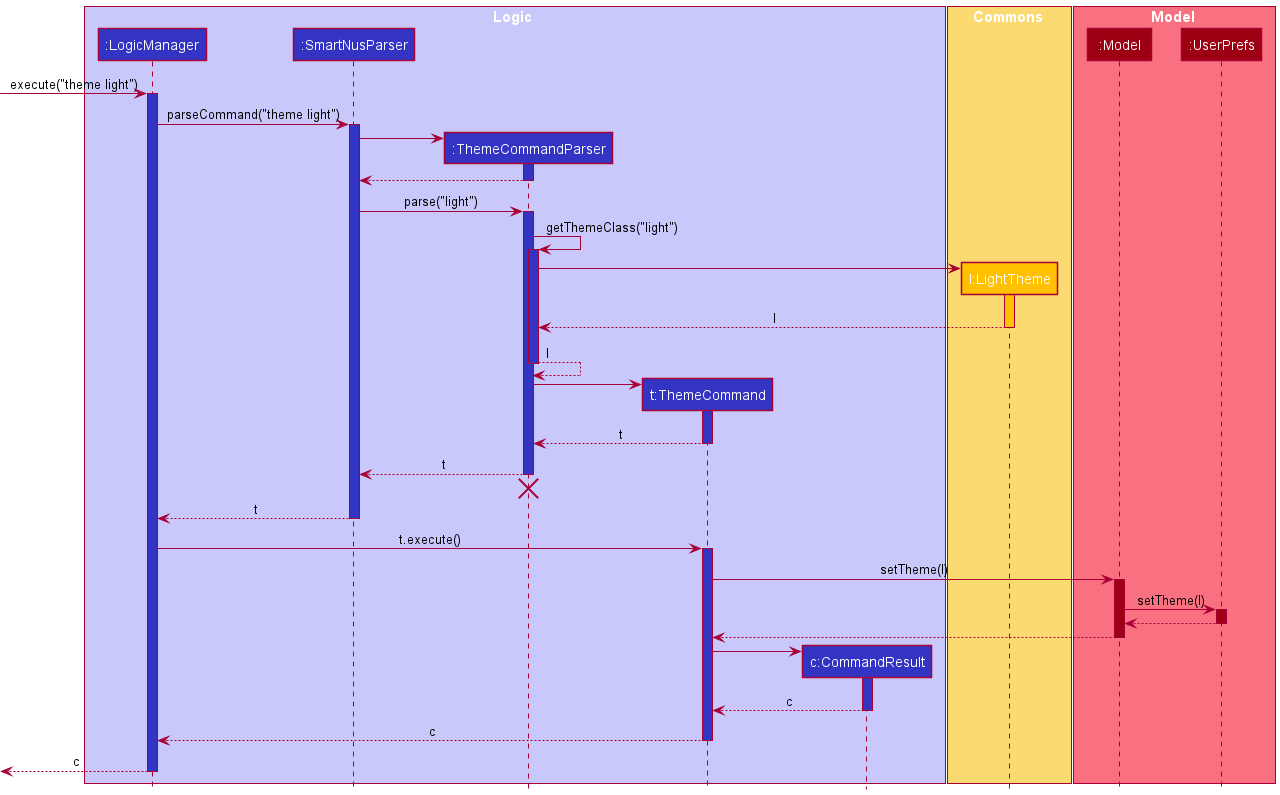
Earlier version of the PlantUML export docs/images/developer-guide/ThemeSequenceDiagram.png (ryanpeh/SmartNUS). Source of this version:
```plantuml
@startuml
!include style.puml

box Logic LOGIC_COLOR_T1
participant ":LogicManager" as LogicManager LOGIC_COLOR
participant ":SmartNusParser" as SmartNusParser LOGIC_COLOR
participant ":ThemeCommandParser" as ThemeCommandParser LOGIC_COLOR
participant "t:ThemeCommand" as ThemeCommand LOGIC_COLOR
participant "c:CommandResult" as CommandResult LOGIC_COLOR
end box

box Commons COMMON_COLOR_T1
participant "l:LightTheme" as LightTheme COMMON_COLOR
end box

box Model MODEL_COLOR_T1
participant ":Model" as Model MODEL_COLOR
participant ":UserPrefs" as UserPrefs MODEL_COLOR
end box

[->LogicManager : execute("theme light")
activate LogicManager LOGIC_COLOR

LogicManager -> SmartNusParser : parseCommand("theme light")
activate SmartNusParser LOGIC_COLOR

create ThemeCommandParser
SmartNusParser -> ThemeCommandParser
activate ThemeCommandParser LOGIC_COLOR

ThemeCommandParser --> SmartNusParser
deactivate ThemeCommandParser LOGIC_COLOR

SmartNusParser -> ThemeCommandParser : parse("light")
activate ThemeCommandParser LOGIC_COLOR

ThemeCommandParser -> ThemeCommandParser : getThemeClass("light")
activate ThemeCommandParser LOGIC_COLOR

create LightTheme
ThemeCommandParser -> LightTheme
activate LightTheme COMMON_COLOR
LightTheme --> ThemeCommandParser : l
deactivate LightTheme

ThemeCommandParser --> ThemeCommandParser : l
deactivate ThemeCommandParser

create ThemeCommand
ThemeCommandParser -> ThemeCommand
activate ThemeCommand LOGIC_COLOR

ThemeCommand --> ThemeCommandParser : t
deactivate ThemeCommand

ThemeCommandParser --> SmartNusParser : t
deactivate ThemeCommandParser
ThemeCommandParser -[hidden]-> SmartNusParser
destroy ThemeCommandParser

SmartNusParser --> LogicManager : t
deactivate SmartNusParser

LogicManager -> ThemeCommand : t.execute()
activate ThemeCommand LOGIC_COLOR

ThemeCommand -> Model : setTheme(l)
activate Model MODEL_COLOR

Model -> UserPrefs : setTheme(l)
activate UserPrefs MODEL_COLOR
UserPrefs --> Model
deactivate UserPrefs

Model --> ThemeCommand
deactivate Model

create CommandResult
ThemeCommand -> CommandResult
activate CommandResult LOGIC_COLOR

CommandResult --> ThemeCommand : c
deactivate CommandResult

ThemeCommand --> LogicManager : c
deactivate ThemeCommand

[<-- LogicManager : c
deactivate LogicManager

@enduml
```
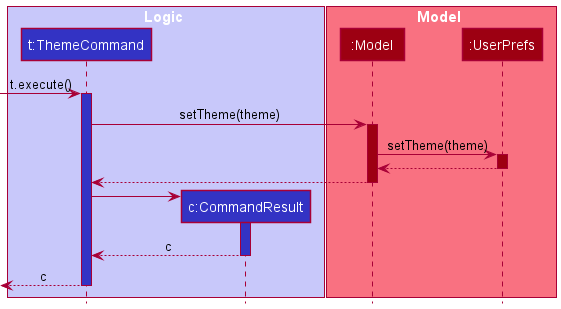
Later version of the same file.

Diff of the diagram source:
```diff
@@ -2,15 +2,8 @@
 !include style.puml
 
 box Logic LOGIC_COLOR_T1
-participant ":LogicManager" as LogicManager LOGIC_COLOR
-participant ":SmartNusParser" as SmartNusParser LOGIC_COLOR
-participant ":ThemeCommandParser" as ThemeCommandParser LOGIC_COLOR
 participant "t:ThemeCommand" as ThemeCommand LOGIC_COLOR
 participant "c:CommandResult" as CommandResult LOGIC_COLOR
-end box
-
-box Commons COMMON_COLOR_T1
-participant "l:LightTheme" as LightTheme COMMON_COLOR
 end box
 
 box Model MODEL_COLOR_T1
@@ -18,56 +11,13 @@
 participant ":UserPrefs" as UserPrefs MODEL_COLOR
 end box
 
-[->LogicManager : execute("theme light")
-activate LogicManager LOGIC_COLOR
-
-LogicManager -> SmartNusParser : parseCommand("theme light")
-activate SmartNusParser LOGIC_COLOR
-
-create ThemeCommandParser
-SmartNusParser -> ThemeCommandParser
-activate ThemeCommandParser LOGIC_COLOR
-
-ThemeCommandParser --> SmartNusParser
-deactivate ThemeCommandParser LOGIC_COLOR
-
-SmartNusParser -> ThemeCommandParser : parse("light")
-activate ThemeCommandParser LOGIC_COLOR
-
-ThemeCommandParser -> ThemeCommandParser : getThemeClass("light")
-activate ThemeCommandParser LOGIC_COLOR
-
-create LightTheme
-ThemeCommandParser -> LightTheme
-activate LightTheme COMMON_COLOR
-LightTheme --> ThemeCommandParser : l
-deactivate LightTheme
-
-ThemeCommandParser --> ThemeCommandParser : l
-deactivate ThemeCommandParser
-
-create ThemeCommand
-ThemeCommandParser -> ThemeCommand
+[-> ThemeCommand : t.execute()
 activate ThemeCommand LOGIC_COLOR
 
-ThemeCommand --> ThemeCommandParser : t
-deactivate ThemeCommand
-
-ThemeCommandParser --> SmartNusParser : t
-deactivate ThemeCommandParser
-ThemeCommandParser -[hidden]-> SmartNusParser
-destroy ThemeCommandParser
-
-SmartNusParser --> LogicManager : t
-deactivate SmartNusParser
-
-LogicManager -> ThemeCommand : t.execute()
-activate ThemeCommand LOGIC_COLOR
-
-ThemeCommand -> Model : setTheme(l)
+ThemeCommand -> Model : setTheme(theme)
 activate Model MODEL_COLOR
 
-Model -> UserPrefs : setTheme(l)
+Model -> UserPrefs : setTheme(theme)
 activate UserPrefs MODEL_COLOR
 UserPrefs --> Model
 deactivate UserPrefs
@@ -82,10 +32,7 @@
 CommandResult --> ThemeCommand : c
 deactivate CommandResult
 
-ThemeCommand --> LogicManager : c
+[<-- ThemeCommand : c
 deactivate ThemeCommand
 
-[<-- LogicManager : c
-deactivate LogicManager
-
 @enduml
```
